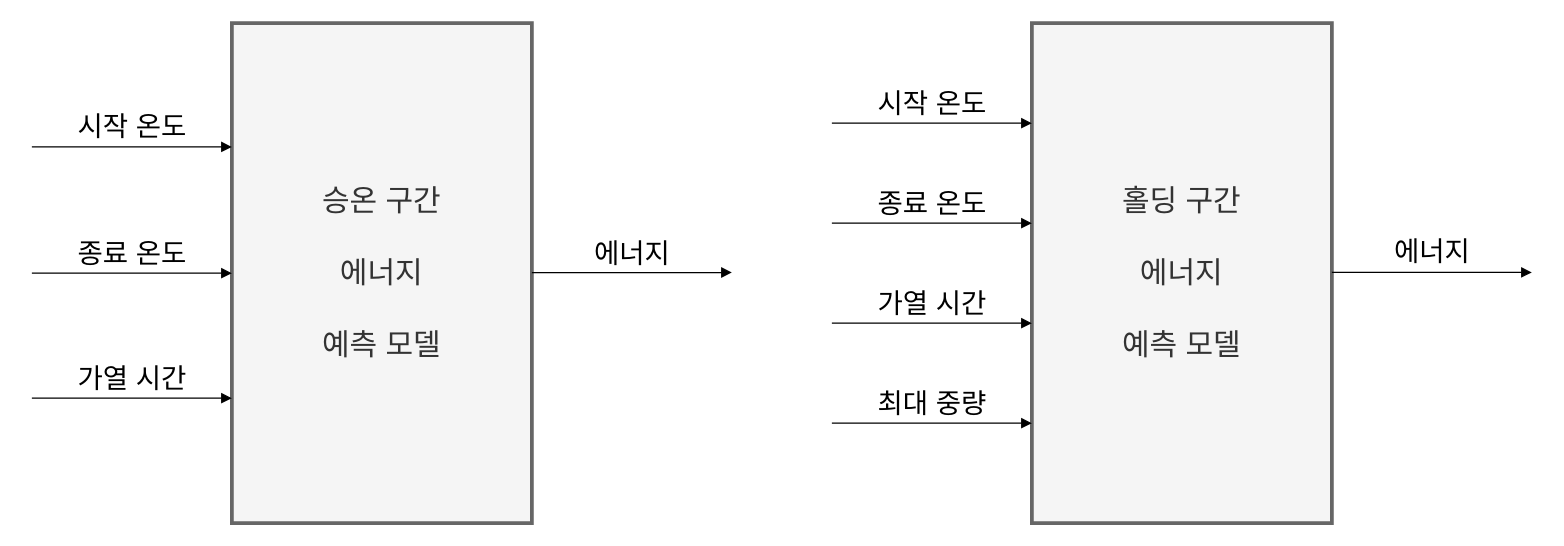
Before: Untitled Diagram.drawio in seheeP/statistic, a draw.io diagram. Source tidied: cells renumbered, new cells numbered last; positions are measured from the earlier drawing's top-left corner, leaving out a move shared by most shapes. Both pictures are drawn from the tidied source at 125%, with x=0, y=0 at pixel (31, 22).
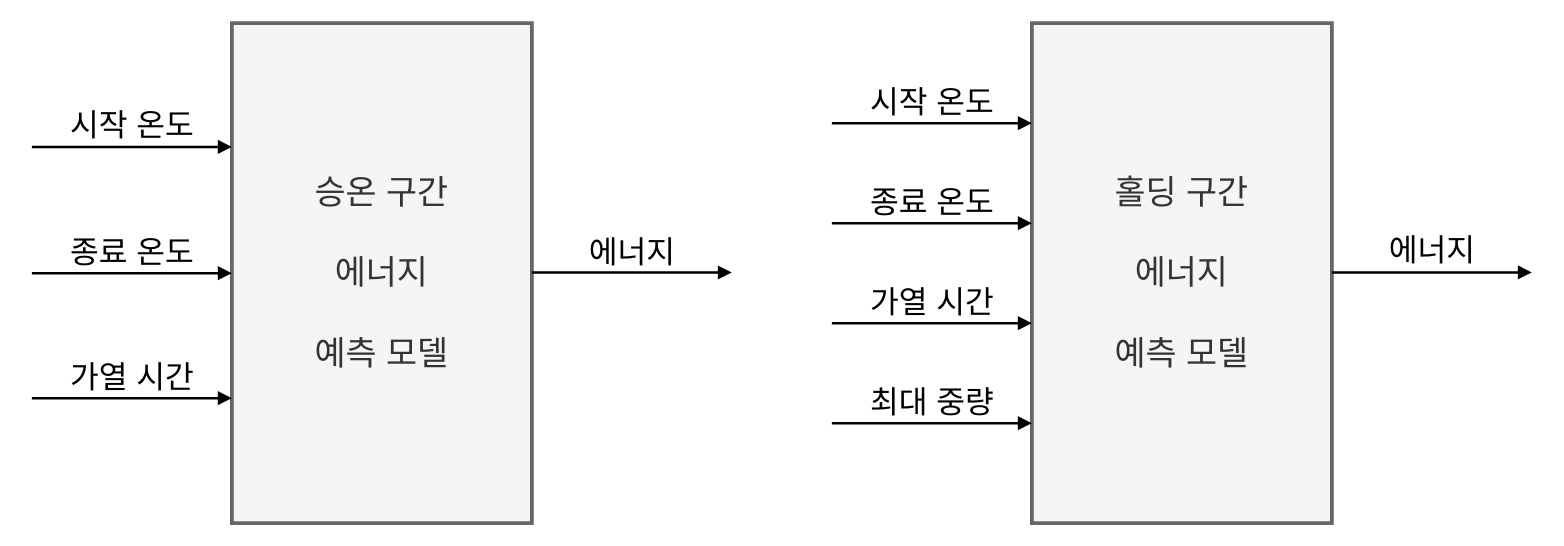
After the change.

What changed in the source:
```diff
@@
-    <mxCell id="2" value="&lt;font style=&quot;font-size: 24px&quot;&gt;승온 구간&lt;br&gt;&lt;br&gt;에너지 &lt;br&gt;&lt;br&gt;예측 모델&lt;/font&gt;" style="rounded=0;whiteSpace=wrap;html=1;fillColor=#f5f5f5;strokeColor=#666666;fontColor=#333333;strokeWidth=3;" parent="1" vertex="1">
+    <mxCell id="2" value="&lt;font style=&quot;font-size: 27px&quot;&gt;승온 구간&lt;br&gt;&lt;br&gt;에너지 &lt;br&gt;&lt;br&gt;예측 모델&lt;/font&gt;" style="rounded=0;whiteSpace=wrap;html=1;fillColor=#f5f5f5;strokeColor=#666666;fontColor=#333333;strokeWidth=3;" parent="1" vertex="1">
       <mxGeometry x="160" width="240" height="400" as="geometry" />
     </mxCell>
-    <mxCell id="3" value="&lt;font style=&quot;font-size: 22px&quot;&gt;시작 온도&lt;/font&gt;" style="html=1;verticalAlign=bottom;endArrow=block;rounded=0;edgeStyle=orthogonalEdgeStyle;" parent="1" edge="1">
+    <mxCell id="3" value="&lt;font style=&quot;font-size: 25px&quot;&gt;시작 온도&lt;/font&gt;" style="html=1;verticalAlign=bottom;endArrow=block;rounded=0;edgeStyle=orthogonalEdgeStyle;strokeWidth=2;" parent="1" edge="1">
       <mxGeometry relative="1" as="geometry">
         <mxPoint y="99" as="sourcePoint" />
         <mxPoint x="160" y="99" as="targetPoint" />
       </mxGeometry>
     </mxCell>
-    <mxCell id="4" value="&lt;font style=&quot;font-size: 22px&quot;&gt;종료 온도&lt;/font&gt;" style="html=1;verticalAlign=bottom;endArrow=block;rounded=0;edgeStyle=orthogonalEdgeStyle;" parent="1" edge="1">
+    <mxCell id="4" value="&lt;font style=&quot;font-size: 25px&quot;&gt;종료 온도&lt;/font&gt;" style="html=1;verticalAlign=bottom;endArrow=block;rounded=0;edgeStyle=orthogonalEdgeStyle;strokeWidth=2;" parent="1" edge="1">
       <mxGeometry relative="1" as="geometry">
         <mxPoint y="200" as="sourcePoint" />
         <mxPoint x="160" y="200" as="targetPoint" />
       </mxGeometry>
     </mxCell>
-    <mxCell id="5" value="&lt;font style=&quot;font-size: 22px&quot;&gt;가열 시간&lt;/font&gt;" style="html=1;verticalAlign=bottom;endArrow=block;rounded=0;edgeStyle=orthogonalEdgeStyle;" parent="1" edge="1">
+    <mxCell id="5" value="&lt;font style=&quot;font-size: 25px&quot;&gt;가열 시간&lt;/font&gt;" style="html=1;verticalAlign=bottom;endArrow=block;rounded=0;edgeStyle=orthogonalEdgeStyle;strokeWidth=2;" parent="1" edge="1">
       <mxGeometry relative="1" as="geometry">
         <mxPoint y="300" as="sourcePoint" />
         <mxPoint x="160" y="300" as="targetPoint" />
       </mxGeometry>
     </mxCell>
-    <mxCell id="6" value="&lt;font style=&quot;font-size: 24px&quot;&gt;홀딩 구간&lt;br&gt;&lt;br&gt;에너지 &lt;br&gt;&lt;br&gt;예측 모델&lt;/font&gt;" style="rounded=0;whiteSpace=wrap;html=1;fillColor=#f5f5f5;strokeColor=#666666;fontColor=#333333;strokeWidth=3;" parent="1" vertex="1">
+    <mxCell id="6" value="&lt;font style=&quot;font-size: 27px&quot;&gt;홀딩 구간&lt;br&gt;&lt;br&gt;에너지 &lt;br&gt;&lt;br&gt;예측 모델&lt;/font&gt;" style="rounded=0;whiteSpace=wrap;html=1;fillColor=#f5f5f5;strokeColor=#666666;fontColor=#333333;strokeWidth=3;" parent="1" vertex="1">
       <mxGeometry x="800" width="240" height="400" as="geometry" />
     </mxCell>
-    <mxCell id="7" value="&lt;font style=&quot;font-size: 22px&quot;&gt;시작 온도&lt;/font&gt;" style="html=1;verticalAlign=bottom;endArrow=block;rounded=0;edgeStyle=orthogonalEdgeStyle;" parent="1" edge="1">
+    <mxCell id="7" value="&lt;font style=&quot;font-size: 25px&quot;&gt;시작 온도&lt;/font&gt;" style="html=1;verticalAlign=bottom;endArrow=block;rounded=0;edgeStyle=orthogonalEdgeStyle;strokeWidth=2;" parent="1" edge="1">
       <mxGeometry relative="1" as="geometry">
         <mxPoint x="640" y="80" as="sourcePoint" />
         <mxPoint x="800" y="80" as="targetPoint" />
       </mxGeometry>
     </mxCell>
-    <mxCell id="8" value="&lt;font style=&quot;font-size: 22px&quot;&gt;종료 온도&lt;/font&gt;" style="html=1;verticalAlign=bottom;endArrow=block;rounded=0;edgeStyle=orthogonalEdgeStyle;" parent="1" edge="1">
+    <mxCell id="8" value="&lt;font style=&quot;font-size: 25px&quot;&gt;종료 온도&lt;/font&gt;" style="html=1;verticalAlign=bottom;endArrow=block;rounded=0;edgeStyle=orthogonalEdgeStyle;strokeWidth=2;" parent="1" edge="1">
       <mxGeometry relative="1" as="geometry">
         <mxPoint x="640" y="160" as="sourcePoint" />
         <mxPoint x="800" y="160" as="targetPoint" />
       </mxGeometry>
     </mxCell>
-    <mxCell id="9" value="&lt;font style=&quot;font-size: 22px&quot;&gt;가열 시간&lt;/font&gt;" style="html=1;verticalAlign=bottom;endArrow=block;rounded=0;edgeStyle=orthogonalEdgeStyle;" parent="1" edge="1">
+    <mxCell id="9" value="&lt;font style=&quot;font-size: 25px&quot;&gt;가열 시간&lt;/font&gt;" style="html=1;verticalAlign=bottom;endArrow=block;rounded=0;edgeStyle=orthogonalEdgeStyle;strokeWidth=2;" parent="1" edge="1">
       <mxGeometry relative="1" as="geometry">
         <mxPoint x="640" y="240" as="sourcePoint" />
         <mxPoint x="800" y="240" as="targetPoint" />
       </mxGeometry>
     </mxCell>
-    <mxCell id="10" value="&lt;font style=&quot;font-size: 22px&quot;&gt;최대 중량&lt;/font&gt;" style="html=1;verticalAlign=bottom;endArrow=block;rounded=0;edgeStyle=orthogonalEdgeStyle;" parent="1" edge="1">
+    <mxCell id="10" value="&lt;font style=&quot;font-size: 25px&quot;&gt;최대 중량&lt;/font&gt;" style="html=1;verticalAlign=bottom;endArrow=block;rounded=0;edgeStyle=orthogonalEdgeStyle;strokeWidth=2;" parent="1" edge="1">
       <mxGeometry relative="1" as="geometry">
         <mxPoint x="640" y="320" as="sourcePoint" />
         <mxPoint x="800" y="320" as="targetPoint" />
       </mxGeometry>
     </mxCell>
-    <mxCell id="11" value="&lt;font style=&quot;font-size: 22px&quot;&gt;에너지&lt;/font&gt;" style="html=1;verticalAlign=bottom;endArrow=block;rounded=0;edgeStyle=orthogonalEdgeStyle;" parent="1" edge="1">
+    <mxCell id="11" value="&lt;font style=&quot;font-size: 25px&quot;&gt;에너지&lt;/font&gt;" style="html=1;verticalAlign=bottom;endArrow=block;rounded=0;edgeStyle=orthogonalEdgeStyle;strokeWidth=2;" parent="1" edge="1">
       <mxGeometry relative="1" as="geometry">
         <mxPoint x="400" y="199.5" as="sourcePoint" />
         <mxPoint x="560" y="199.5" as="targetPoint" />
       </mxGeometry>
     </mxCell>
-    <mxCell id="12" value="&lt;font style=&quot;font-size: 22px&quot;&gt;에너지&lt;/font&gt;" style="html=1;verticalAlign=bottom;endArrow=block;rounded=0;edgeStyle=orthogonalEdgeStyle;" parent="1" edge="1">
+    <mxCell id="12" value="&lt;font style=&quot;font-size: 25px&quot;&gt;에너지&lt;/font&gt;" style="html=1;verticalAlign=bottom;endArrow=block;rounded=0;edgeStyle=orthogonalEdgeStyle;strokeWidth=2;" parent="1" edge="1">
       <mxGeometry relative="1" as="geometry">
         <mxPoint x="1040" y="199.4" as="sourcePoint" />
         <mxPoint x="1200" y="199.4" as="targetPoint" />
       </mxGeometry>
     </mxCell>
```
